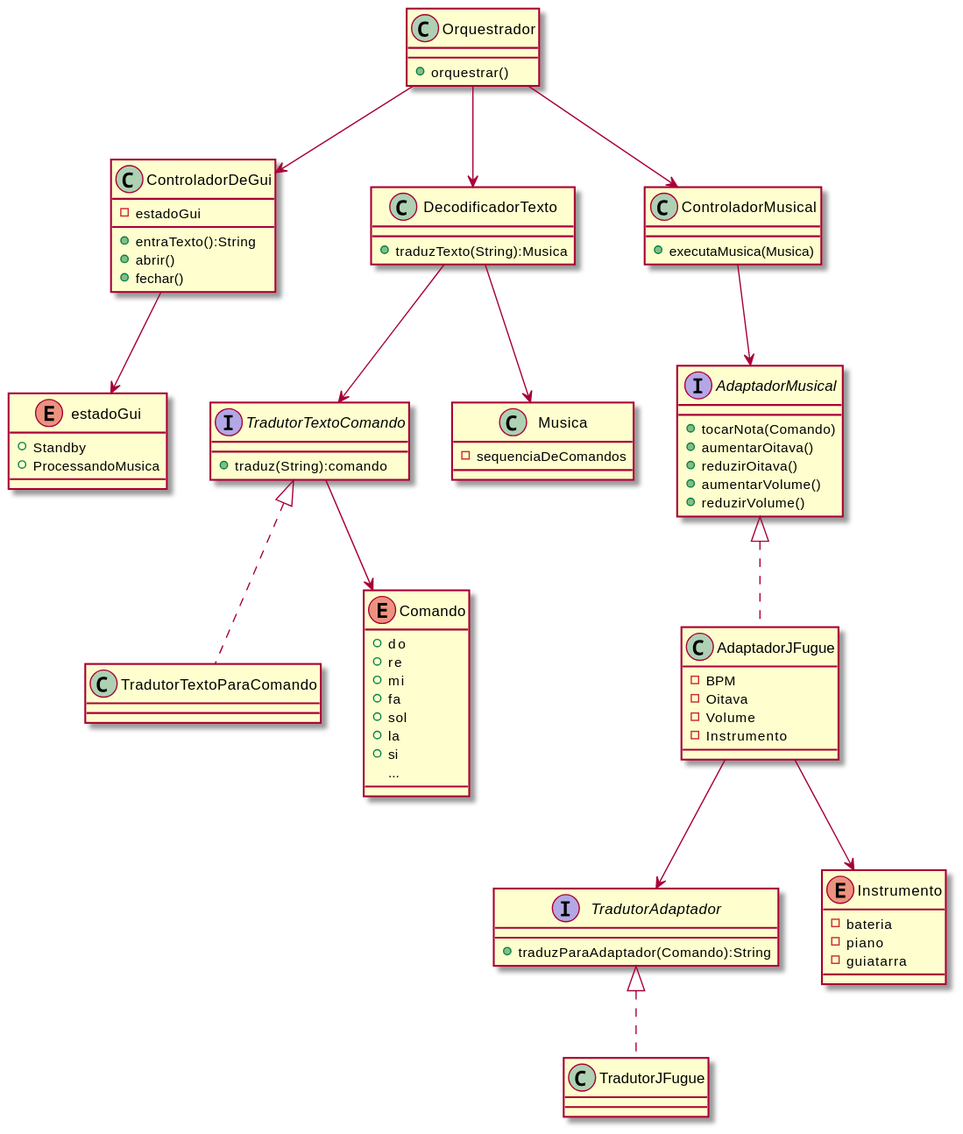
tonelloiago/TCP keeps this PlantUML diagram as out/diagramaDeClasses/classes.svg. Above is the earlier version.
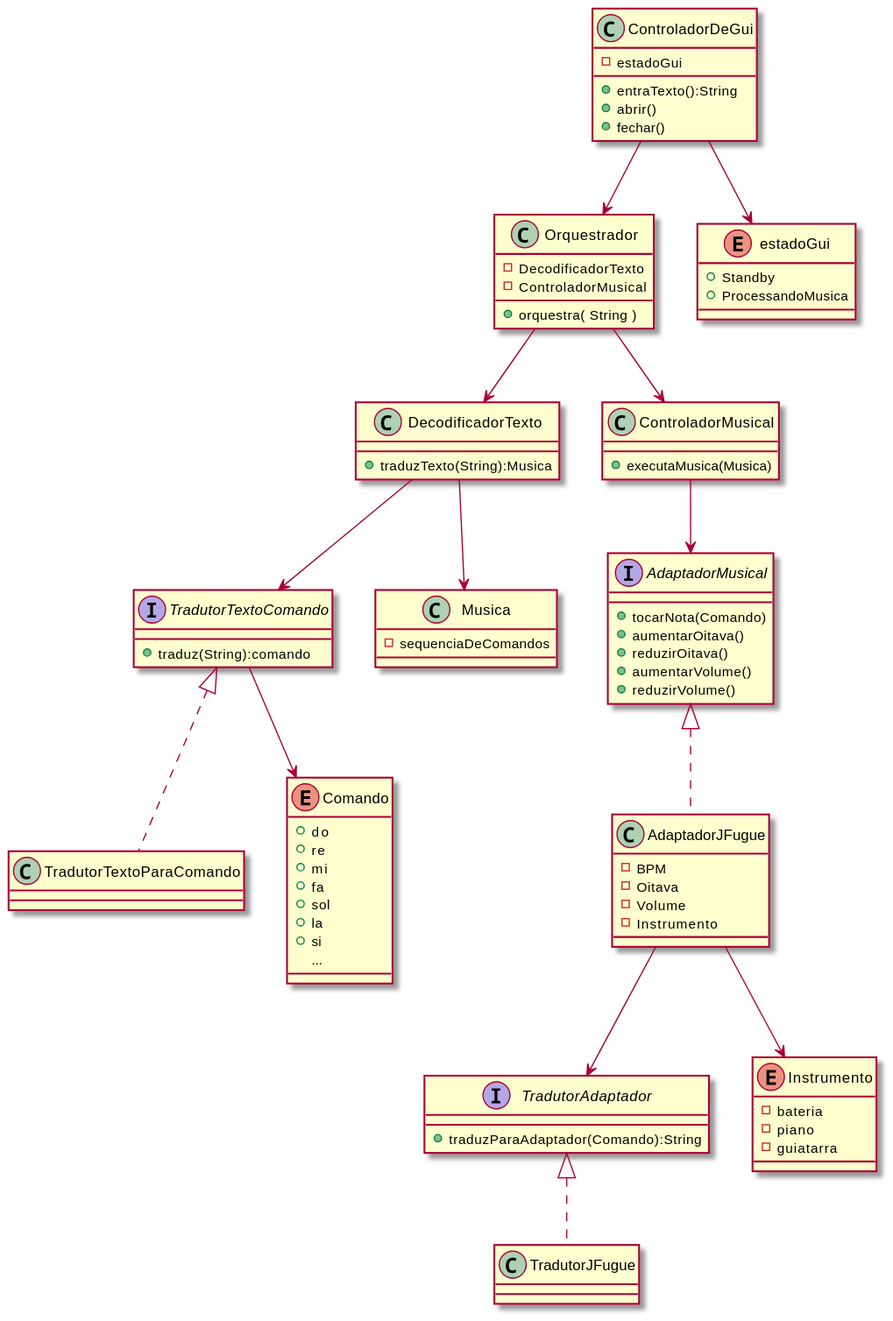
After the change.

Commit message:
Atualizado diagrama de classes (#6)

Change to the diagram source:
```diff
@@ -1,7 +1,9 @@
 @startuml classes
 
 class Orquestrador{
-    + orquestrar()
+    - DecodificadorTexto
+    - ControladorMusical
+    + orquestra( String )
 }
 
 class ControladorDeGui{
@@ -75,9 +77,9 @@
 }
 
 
+ControladorDeGui --> Orquestrador
+Orquestrador --> ControladorMusical
 Orquestrador --> DecodificadorTexto
-Orquestrador --> ControladorMusical
-Orquestrador --> ControladorDeGui
 DecodificadorTexto --> TradutorTextoComando
 DecodificadorTexto --> Musica
 ControladorMusical --> AdaptadorMusical
```
